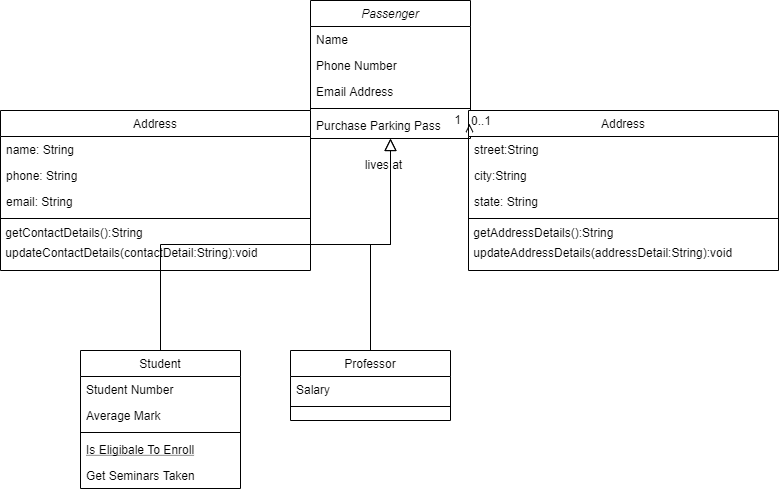
This is UML.png from akumar1997/FlightReservationSystemProject, a draw.io export, as it was before one commit. Source tidied: cells renumbered, new cells last; positions are measured from the earlier drawing's top-left corner, leaving out a move shared by most shapes.
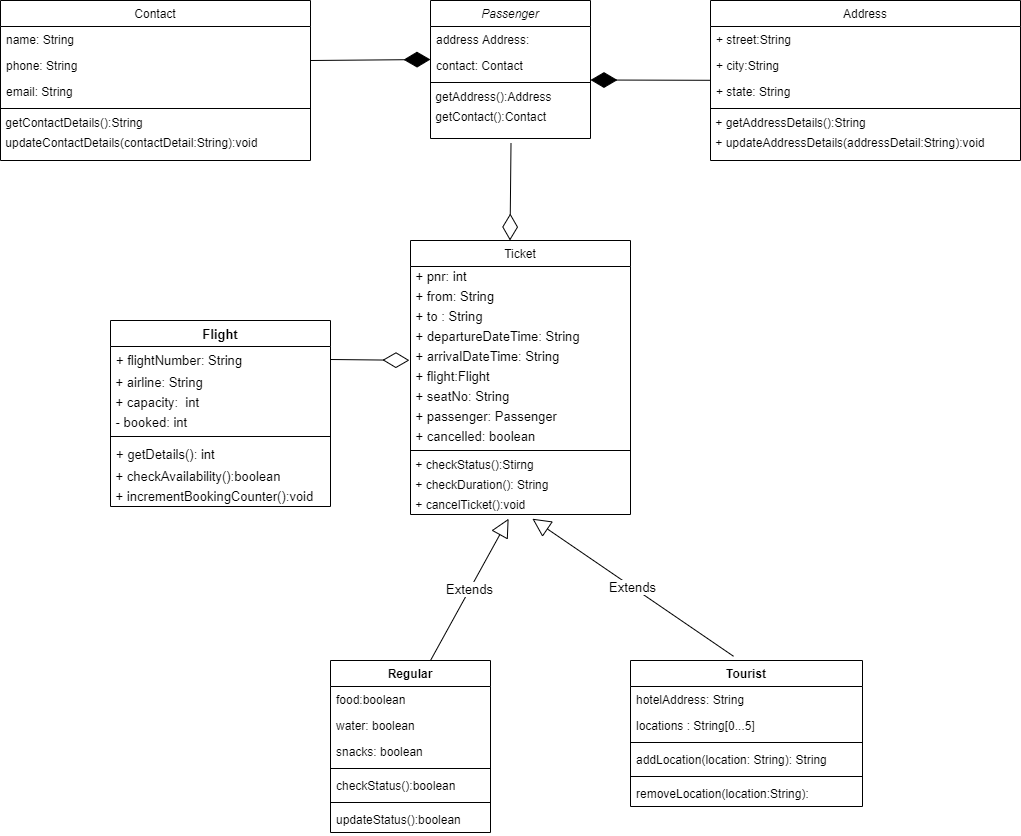
The same diagram one commit later.

Commit message:
UML diagrams pushed to the directory

Change to the diagram source:
```diff
@@ -3,99 +3,88 @@
     <mxCell id="0" />
     <mxCell id="1" parent="0" />
     <mxCell id="2" value="Passenger" style="swimlane;fontStyle=2;align=center;verticalAlign=top;horizontal=1;startSize=26;rounded=0;shadow=0;strokeWidth=1;" parent="1" vertex="1">
-      <mxGeometry x="310" width="160" height="138" as="geometry" />
+      <mxGeometry x="240" y="110" width="160" height="138" as="geometry" />
     </mxCell>
-    <mxCell id="3" value="Name" style="text;align=left;verticalAlign=top;spacingLeft=4;spacingRight=4;overflow=hidden;" parent="2" vertex="1">
-      <mxGeometry y="26" width="160" height="26" as="geometry" />
-    </mxCell>
-    <mxCell id="4" value="Phone Number" style="text;align=left;verticalAlign=top;spacingLeft=4;spacingRight=4;overflow=hidden;rounded=0;shadow=0;html=0;" parent="2" vertex="1">
-      <mxGeometry y="52" width="160" height="26" as="geometry" />
+    <mxCell id="4" value="address Address:" style="text;align=left;verticalAlign=top;spacingLeft=4;spacingRight=4;overflow=hidden;rounded=0;shadow=0;html=0;" parent="2" vertex="1">
+      <mxGeometry y="26" width="160" height="26" as="geometry" />
     </mxCell>
-    <mxCell id="5" value="Email Address" style="text;align=left;verticalAlign=top;spacingLeft=4;spacingRight=4;overflow=hidden;rounded=0;shadow=0;html=0;" parent="2" vertex="1">
-      <mxGeometry y="78" width="160" height="26" as="geometry" />
+    <mxCell id="5" value="contact: Contact" style="text;align=left;verticalAlign=top;spacingLeft=4;spacingRight=4;overflow=hidden;rounded=0;shadow=0;html=0;" parent="2" vertex="1">
+      <mxGeometry y="52" width="160" height="26" as="geometry" />
     </mxCell>
     <mxCell id="6" style="line;html=1;strokeWidth=1;align=left;verticalAlign=middle;spacingTop=-1;spacingLeft=3;spacingRight=3;labelPosition=right;" parent="2" vertex="1">
-      <mxGeometry y="104" width="160" height="8" as="geometry" />
+      <mxGeometry y="78" width="160" height="8" as="geometry" />
     </mxCell>
-    <mxCell id="7" value="Purchase Parking Pass" style="text;align=left;verticalAlign=top;spacingLeft=4;spacingRight=4;overflow=hidden;" parent="2" vertex="1">
-      <mxGeometry y="112" width="160" height="26" as="geometry" />
-    </mxCell>
-    <mxCell id="8" value="Student" style="swimlane;fontStyle=0;align=center;verticalAlign=top;horizontal=1;startSize=26;rounded=0;shadow=0;strokeWidth=1;" parent="1" vertex="1">
-      <mxGeometry x="80" y="350" width="160" height="138" as="geometry" />
-    </mxCell>
-    <mxCell id="9" value="Student Number" style="text;align=left;verticalAlign=top;spacingLeft=4;spacingRight=4;overflow=hidden;" parent="8" vertex="1">
-      <mxGeometry y="26" width="160" height="26" as="geometry" />
-    </mxCell>
-    <mxCell id="10" value="Average Mark" style="text;align=left;verticalAlign=top;spacingLeft=4;spacingRight=4;overflow=hidden;rounded=0;shadow=0;html=0;" parent="8" vertex="1">
-      <mxGeometry y="52" width="160" height="26" as="geometry" />
-    </mxCell>
-    <mxCell id="11" style="line;html=1;strokeWidth=1;align=left;verticalAlign=middle;spacingTop=-1;spacingLeft=3;spacingRight=3;labelPosition=right;" parent="8" vertex="1">
-      <mxGeometry y="78" width="160" height="8" as="geometry" />
-    </mxCell>
-    <mxCell id="12" value="Is Eligibale To Enroll" style="text;align=left;verticalAlign=top;spacingLeft=4;spacingRight=4;overflow=hidden;fontStyle=4;" parent="8" vertex="1">
-      <mxGeometry y="86" width="160" height="26" as="geometry" />
-    </mxCell>
-    <mxCell id="13" value="Get Seminars Taken" style="text;align=left;verticalAlign=top;spacingLeft=4;spacingRight=4;overflow=hidden;" parent="8" vertex="1">
-      <mxGeometry y="112" width="160" height="26" as="geometry" />
-    </mxCell>
-    <mxCell id="14" style="endArrow=block;endSize=10;endFill=0;shadow=0;strokeWidth=1;rounded=0;edgeStyle=elbowEdgeStyle;elbow=vertical;" parent="1" edge="1" source="8" target="2">
-      <mxGeometry relative="1" as="geometry" />
-    </mxCell>
+    <mxCell id="37" value="&amp;nbsp;getAddress():Address" style="text;html=1;align=left;verticalAlign=middle;" parent="2" vertex="1">
+      <mxGeometry y="86" width="160" height="20" as="geometry" />
+    </mxCell>
+    <mxCell id="38" value="&amp;nbsp;getContact():Contact" style="text;html=1;align=left;verticalAlign=middle;" parent="2" vertex="1">
+      <mxGeometry y="106" width="160" height="20" as="geometry" />
+    </mxCell>
-    <mxCell id="15" value="Professor" style="swimlane;fontStyle=0;align=center;verticalAlign=top;horizontal=1;startSize=26;rounded=0;shadow=0;strokeWidth=1;" parent="1" vertex="1">
-      <mxGeometry x="290" y="350" width="160" height="70" as="geometry" />
+    <mxCell id="15" value="Ticket" style="swimlane;fontStyle=0;align=center;verticalAlign=top;horizontal=1;startSize=26;rounded=0;shadow=0;strokeWidth=1;" parent="1" vertex="1">
+      <mxGeometry x="220" y="350" width="220" height="274" as="geometry" />
     </mxCell>
-    <mxCell id="16" value="Salary" style="text;align=left;verticalAlign=top;spacingLeft=4;spacingRight=4;overflow=hidden;" parent="15" vertex="1">
-      <mxGeometry y="26" width="160" height="26" as="geometry" />
-    </mxCell>
+    <mxCell id="39" value="&amp;nbsp;+ pnr: int" style="text;html=1;align=left;verticalAlign=middle;fontSize=13;" parent="15" vertex="1">
+      <mxGeometry y="26" width="220" height="20" as="geometry" />
+    </mxCell>
+    <mxCell id="40" value="&amp;nbsp;+ from: String" style="text;html=1;align=left;verticalAlign=middle;fontSize=13;horizontal=1;" parent="15" vertex="1">
+      <mxGeometry y="46" width="220" height="20" as="geometry" />
+    </mxCell>
+    <mxCell id="41" value="&amp;nbsp;+ to : String" style="text;html=1;align=left;verticalAlign=middle;fontSize=13;" parent="15" vertex="1">
+      <mxGeometry y="66" width="220" height="20" as="geometry" />
+    </mxCell>
+    <mxCell id="42" value="&amp;nbsp;+ departureDateTime: String" style="text;html=1;align=left;verticalAlign=middle;fontSize=13;" parent="15" vertex="1">
+      <mxGeometry y="86" width="220" height="20" as="geometry" />
+    </mxCell>
+    <mxCell id="43" value="&amp;nbsp;+ arrivalDateTime: String" style="text;html=1;align=left;verticalAlign=middle;points=[];fontSize=13;" parent="15" vertex="1">
+      <mxGeometry y="106" width="220" height="20" as="geometry" />
+    </mxCell>
+    <mxCell id="44" value="&amp;nbsp;+ flight:Flight" style="text;html=1;align=left;verticalAlign=middle;fontSize=13;" parent="15" vertex="1">
+      <mxGeometry y="126" width="220" height="20" as="geometry" />
+    </mxCell>
+    <mxCell id="45" value="&amp;nbsp;+ seatNo: String" style="text;html=1;align=left;verticalAlign=middle;fontSize=13;" parent="15" vertex="1">
+      <mxGeometry y="146" width="220" height="20" as="geometry" />
+    </mxCell>
+    <mxCell id="46" value="&amp;nbsp;+ passenger: Passenger" style="text;html=1;align=left;verticalAlign=middle;fontSize=13;" parent="15" vertex="1">
+      <mxGeometry y="166" width="220" height="20" as="geometry" />
+    </mxCell>
+    <mxCell id="47" value="&amp;nbsp;+ cancelled: boolean" style="text;html=1;align=left;verticalAlign=middle;fontSize=13;" parent="15" vertex="1">
+      <mxGeometry y="186" width="220" height="20" as="geometry" />
+    </mxCell>
     <mxCell id="17" style="line;html=1;strokeWidth=1;align=left;verticalAlign=middle;spacingTop=-1;spacingLeft=3;spacingRight=3;labelPosition=right;" parent="15" vertex="1">
-      <mxGeometry y="52" width="160" height="8" as="geometry" />
+      <mxGeometry y="206" width="220" height="8" as="geometry" />
     </mxCell>
-    <mxCell id="18" style="endArrow=block;endSize=10;endFill=0;shadow=0;strokeWidth=1;rounded=0;edgeStyle=elbowEdgeStyle;elbow=vertical;" parent="1" edge="1" source="15" target="2">
-      <mxGeometry relative="1" as="geometry" />
-    </mxCell>
+    <mxCell id="48" value="&amp;nbsp;+ checkStatus():Stirng" style="text;html=1;align=left;verticalAlign=middle;" parent="15" vertex="1">
+      <mxGeometry y="214" width="220" height="20" as="geometry" />
+    </mxCell>
+    <mxCell id="49" value="&amp;nbsp;+ checkDuration(): String" style="text;html=1;align=left;verticalAlign=middle;" parent="15" vertex="1">
+      <mxGeometry y="234" width="220" height="20" as="geometry" />
+    </mxCell>
+    <mxCell id="50" value="&amp;nbsp;+ cancelTicket():void" style="text;html=1;align=left;verticalAlign=middle;points=[];" parent="15" vertex="1">
+      <mxGeometry y="254" width="220" height="20" as="geometry" />
+    </mxCell>
     <mxCell id="19" value="Address" style="swimlane;fontStyle=0;align=center;verticalAlign=top;horizontal=1;startSize=26;rounded=0;shadow=0;strokeWidth=1;" parent="1" vertex="1">
-      <mxGeometry x="468" y="110" width="310" height="160" as="geometry" />
+      <mxGeometry x="520" y="110" width="310" height="160" as="geometry" />
     </mxCell>
-    <mxCell id="20" value="street:String" style="text;align=left;verticalAlign=top;spacingLeft=4;spacingRight=4;overflow=hidden;" parent="19" vertex="1">
+    <mxCell id="20" value="+ street:String" style="text;align=left;verticalAlign=top;spacingLeft=4;spacingRight=4;overflow=hidden;" parent="19" vertex="1">
       <mxGeometry y="26" width="310" height="26" as="geometry" />
     </mxCell>
-    <mxCell id="21" value="city:String" style="text;align=left;verticalAlign=top;spacingLeft=4;spacingRight=4;overflow=hidden;rounded=0;shadow=0;html=0;" parent="19" vertex="1">
+    <mxCell id="21" value="+ city:String" style="text;align=left;verticalAlign=top;spacingLeft=4;spacingRight=4;overflow=hidden;rounded=0;shadow=0;html=0;" parent="19" vertex="1">
       <mxGeometry y="52" width="310" height="26" as="geometry" />
     </mxCell>
-    <mxCell id="22" value="state: String" style="text;align=left;verticalAlign=top;spacingLeft=4;spacingRight=4;overflow=hidden;points=[[0,0.5],[1,0.5]];portConstraint=eastwest;rounded=0;shadow=0;html=0;" parent="19" vertex="1">
+    <mxCell id="22" value="+ state: String" style="text;align=left;verticalAlign=top;spacingLeft=4;spacingRight=4;overflow=hidden;points=[[0,0.5],[1,0.5]];portConstraint=eastwest;rounded=0;shadow=0;html=0;" parent="19" vertex="1">
       <mxGeometry y="78" width="310" height="26" as="geometry" />
     </mxCell>
     <mxCell id="23" style="line;html=1;strokeWidth=1;align=left;verticalAlign=middle;spacingTop=-1;spacingLeft=3;spacingRight=3;labelPosition=right;" parent="19" vertex="1">
       <mxGeometry y="104" width="310" height="8" as="geometry" />
     </mxCell>
-    <mxCell id="24" value="&amp;nbsp;getAddressDetails():String" style="text;html=1;align=left;verticalAlign=middle;" parent="19" vertex="1">
+    <mxCell id="24" value="&amp;nbsp;+ getAddressDetails():String" style="text;html=1;align=left;verticalAlign=middle;" parent="19" vertex="1">
       <mxGeometry y="112" width="310" height="20" as="geometry" />
     </mxCell>
-    <mxCell id="25" value="&amp;nbsp;updateAddressDetails(addressDetail:String):void" style="text;html=1;align=left;verticalAlign=middle;" parent="19" vertex="1">
+    <mxCell id="25" value="&amp;nbsp;+ updateAddressDetails(addressDetail:String):void" style="text;html=1;align=left;verticalAlign=middle;" parent="19" vertex="1">
       <mxGeometry y="132" width="310" height="20" as="geometry" />
     </mxCell>
-    <mxCell id="26" style="endArrow=open;shadow=0;strokeWidth=1;rounded=0;endFill=1;edgeStyle=elbowEdgeStyle;elbow=vertical;" parent="1" edge="1" source="2" target="19">
-      <mxGeometry x="0.5" y="41" relative="1" as="geometry">
-        <mxPoint x="-40" y="32" as="offset" />
-      </mxGeometry>
-    </mxCell>
-    <mxCell id="27" value="0..1" style="align=left;verticalAlign=bottom;labelBackgroundColor=none;fontSize=12;" parent="26" vertex="1">
-      <mxGeometry x="-1" relative="1" as="geometry">
-        <mxPoint y="4" as="offset" />
-      </mxGeometry>
-    </mxCell>
-    <mxCell id="28" value="1" style="align=right;verticalAlign=bottom;labelBackgroundColor=none;fontSize=12;" parent="26" vertex="1">
-      <mxGeometry x="1" relative="1" as="geometry">
-        <mxPoint x="-7" y="4" as="offset" />
-      </mxGeometry>
-    </mxCell>
-    <mxCell id="29" value="lives at" style="text;html=1;align=center;verticalAlign=middle;labelBackgroundColor=none;rounded=0;shadow=0;strokeWidth=1;fontSize=12;" parent="26" vertex="1">
-      <mxGeometry x="0.5" y="49" relative="1" as="geometry">
-        <mxPoint x="-38" y="40" as="offset" />
-      </mxGeometry>
-    </mxCell>
-    <mxCell id="30" value="Address" style="swimlane;fontStyle=0;align=center;verticalAlign=top;horizontal=1;startSize=26;rounded=0;shadow=0;strokeWidth=1;" parent="1" vertex="1">
-      <mxGeometry y="110" width="310" height="160" as="geometry" />
+    <mxCell id="30" value="Contact" style="swimlane;fontStyle=0;align=center;verticalAlign=top;horizontal=1;startSize=26;rounded=0;shadow=0;strokeWidth=1;" parent="1" vertex="1">
+      <mxGeometry x="-190" y="110" width="310" height="160" as="geometry" />
     </mxCell>
     <mxCell id="31" value="name: String" style="text;align=left;verticalAlign=top;spacingLeft=4;spacingRight=4;overflow=hidden;" parent="30" vertex="1">
       <mxGeometry y="26" width="310" height="26" as="geometry" />
@@ -115,5 +104,103 @@
     <mxCell id="36" value="&amp;nbsp;updateContactDetails(contactDetail:String):void" style="text;html=1;align=left;verticalAlign=middle;" parent="30" vertex="1">
       <mxGeometry y="132" width="310" height="20" as="geometry" />
     </mxCell>
+    <mxCell id="51" value="Regular" style="swimlane;fontStyle=1;align=center;verticalAlign=top;horizontal=1;startSize=26;" parent="1" vertex="1">
+      <mxGeometry x="140" y="770" width="160" height="172" as="geometry" />
+    </mxCell>
+    <mxCell id="52" value="food:boolean" style="text;strokeColor=none;fillColor=none;align=left;verticalAlign=top;spacingLeft=4;spacingRight=4;overflow=hidden;" parent="51" vertex="1">
+      <mxGeometry y="26" width="160" height="26" as="geometry" />
+    </mxCell>
+    <mxCell id="53" value="water: boolean" style="text;strokeColor=none;fillColor=none;align=left;verticalAlign=top;spacingLeft=4;spacingRight=4;overflow=hidden;" parent="51" vertex="1">
+      <mxGeometry y="52" width="160" height="26" as="geometry" />
+    </mxCell>
+    <mxCell id="54" value="snacks: boolean" style="text;strokeColor=none;fillColor=none;align=left;verticalAlign=top;spacingLeft=4;spacingRight=4;overflow=hidden;" parent="51" vertex="1">
+      <mxGeometry y="78" width="160" height="26" as="geometry" />
+    </mxCell>
+    <mxCell id="55" style="line;strokeWidth=1;fillColor=none;align=left;verticalAlign=middle;spacingTop=-1;spacingLeft=3;spacingRight=3;labelPosition=right;" parent="51" vertex="1">
+      <mxGeometry y="104" width="160" height="8" as="geometry" />
+    </mxCell>
+    <mxCell id="56" value="checkStatus():boolean" style="text;strokeColor=none;fillColor=none;align=left;verticalAlign=top;spacingLeft=4;spacingRight=4;overflow=hidden;" parent="51" vertex="1">
+      <mxGeometry y="112" width="160" height="26" as="geometry" />
+    </mxCell>
+    <mxCell id="57" style="line;strokeWidth=1;fillColor=none;align=left;verticalAlign=middle;spacingTop=-1;spacingLeft=3;spacingRight=3;labelPosition=right;" parent="51" vertex="1">
+      <mxGeometry y="138" width="160" height="8" as="geometry" />
+    </mxCell>
+    <mxCell id="58" value="updateStatus():boolean" style="text;strokeColor=none;fillColor=none;align=left;verticalAlign=top;spacingLeft=4;spacingRight=4;overflow=hidden;" parent="51" vertex="1">
+      <mxGeometry y="146" width="160" height="26" as="geometry" />
+    </mxCell>
+    <mxCell id="59" value="Tourist" style="swimlane;fontStyle=1;align=center;verticalAlign=top;horizontal=1;startSize=26;" parent="1" vertex="1">
+      <mxGeometry x="440" y="770" width="232" height="146" as="geometry" />
+    </mxCell>
+    <mxCell id="60" value="hotelAddress: String" style="text;strokeColor=none;fillColor=none;align=left;verticalAlign=top;spacingLeft=4;spacingRight=4;overflow=hidden;" parent="59" vertex="1">
+      <mxGeometry y="26" width="232" height="26" as="geometry" />
+    </mxCell>
+    <mxCell id="61" value="locations : String[0...5]" style="text;strokeColor=none;fillColor=none;align=left;verticalAlign=top;spacingLeft=4;spacingRight=4;overflow=hidden;" parent="59" vertex="1">
+      <mxGeometry y="52" width="232" height="26" as="geometry" />
+    </mxCell>
+    <mxCell id="62" style="line;strokeWidth=1;fillColor=none;align=left;verticalAlign=middle;spacingTop=-1;spacingLeft=3;spacingRight=3;labelPosition=right;" parent="59" vertex="1">
+      <mxGeometry y="78" width="232" height="8" as="geometry" />
+    </mxCell>
+    <mxCell id="63" value="addLocation(location: String): String" style="text;strokeColor=none;fillColor=none;align=left;verticalAlign=top;spacingLeft=4;spacingRight=4;overflow=hidden;" parent="59" vertex="1">
+      <mxGeometry y="86" width="232" height="26" as="geometry" />
+    </mxCell>
+    <mxCell id="64" style="line;strokeWidth=1;fillColor=none;align=left;verticalAlign=middle;spacingTop=-1;spacingLeft=3;spacingRight=3;labelPosition=right;" parent="59" vertex="1">
+      <mxGeometry y="112" width="232" height="8" as="geometry" />
+    </mxCell>
+    <mxCell id="65" value="removeLocation(location:String): " style="text;strokeColor=none;fillColor=none;align=left;verticalAlign=top;spacingLeft=4;spacingRight=4;overflow=hidden;" parent="59" vertex="1">
+      <mxGeometry y="120" width="232" height="26" as="geometry" />
+    </mxCell>
+    <mxCell id="66" style="endArrow=diamondThin;endFill=1;endSize=24;html=1;fontSize=13;" parent="1" edge="1">
+      <mxGeometry relative="1" as="geometry">
+        <mxPoint x="120" y="170" as="sourcePoint" />
+        <mxPoint x="240" y="169" as="targetPoint" />
+      </mxGeometry>
+    </mxCell>
+    <mxCell id="67" style="endArrow=diamondThin;endFill=1;endSize=24;html=1;fontSize=13;exitX=-0.001;exitY=0.069;exitDx=0;exitDy=0;exitPerimeter=0;" parent="1" edge="1" source="22">
+      <mxGeometry relative="1" as="geometry">
+        <mxPoint x="400" y="189.5" as="targetPoint" />
+      </mxGeometry>
+    </mxCell>
+    <mxCell id="68" value="Flight" style="swimlane;fontStyle=1;align=center;verticalAlign=top;horizontal=1;startSize=26;fontSize=13;" parent="1" vertex="1">
+      <mxGeometry x="-80" y="430" width="220" height="186" as="geometry" />
+    </mxCell>
+    <mxCell id="69" value="+ flightNumber: String" style="text;strokeColor=none;fillColor=none;align=left;verticalAlign=top;spacingLeft=4;spacingRight=4;overflow=hidden;points=[[0,0.5],[1,0.5]];portConstraint=eastwest;fontSize=13;" parent="68" vertex="1">
+      <mxGeometry y="26" width="220" height="26" as="geometry" />
+    </mxCell>
+    <mxCell id="70" value="&amp;nbsp;+ airline: String" style="text;html=1;align=left;verticalAlign=middle;fontSize=13;" parent="68" vertex="1">
+      <mxGeometry y="52" width="220" height="20" as="geometry" />
+    </mxCell>
+    <mxCell id="71" value="&amp;nbsp;+ capacity:&amp;nbsp; int" style="text;html=1;align=left;verticalAlign=middle;fontSize=13;" parent="68" vertex="1">
+      <mxGeometry y="72" width="220" height="20" as="geometry" />
+    </mxCell>
+    <mxCell id="72" value="&amp;nbsp;- booked: int" style="text;html=1;align=left;verticalAlign=middle;fontSize=13;" parent="68" vertex="1">
+      <mxGeometry y="92" width="220" height="20" as="geometry" />
+    </mxCell>
+    <mxCell id="73" style="line;strokeWidth=1;fillColor=none;align=left;verticalAlign=middle;spacingTop=-1;spacingLeft=3;spacingRight=3;labelPosition=right;" parent="68" vertex="1">
+      <mxGeometry y="112" width="220" height="8" as="geometry" />
+    </mxCell>
+    <mxCell id="74" value="+ getDetails(): int" style="text;strokeColor=none;fillColor=none;align=left;verticalAlign=top;spacingLeft=4;spacingRight=4;overflow=hidden;fontSize=13;" parent="68" vertex="1">
+      <mxGeometry y="120" width="220" height="26" as="geometry" />
+    </mxCell>
+    <mxCell id="75" value="&amp;nbsp;+ checkAvailability():boolean" style="text;html=1;align=left;verticalAlign=middle;fontSize=13;" parent="68" vertex="1">
+      <mxGeometry y="146" width="220" height="20" as="geometry" />
+    </mxCell>
+    <mxCell id="76" value="&amp;nbsp;+ incrementBookingCounter():void" style="text;html=1;align=left;verticalAlign=middle;fontSize=13;" parent="68" vertex="1">
+      <mxGeometry y="166" width="220" height="20" as="geometry" />
+    </mxCell>
+    <mxCell id="77" style="endArrow=diamondThin;endFill=0;endSize=24;html=1;fontSize=13;exitX=1;exitY=0.5;exitDx=0;exitDy=0;entryX=-0.005;entryY=0.69;entryDx=0;entryDy=0;entryPerimeter=0;" parent="1" edge="1" source="69" target="43">
+      <mxGeometry relative="1" as="geometry" />
+    </mxCell>
+    <mxCell id="78" value="Extends" style="endArrow=block;endSize=16;endFill=0;html=1;fontSize=13;exitX=0.625;exitY=0;exitDx=0;exitDy=0;exitPerimeter=0;entryX=0.446;entryY=1.21;entryDx=0;entryDy=0;entryPerimeter=0;" parent="1" edge="1" source="51" target="50">
+      <mxGeometry relative="1" as="geometry" />
+    </mxCell>
+    <mxCell id="79" value="Extends" style="endArrow=block;endSize=16;endFill=0;html=1;fontSize=13;exitX=0.444;exitY=-0.029;exitDx=0;exitDy=0;exitPerimeter=0;entryX=0.554;entryY=1.21;entryDx=0;entryDy=0;entryPerimeter=0;" parent="1" edge="1" source="59" target="50">
+      <mxGeometry relative="1" as="geometry" />
+    </mxCell>
+    <mxCell id="80" style="endArrow=diamondThin;endFill=0;endSize=24;html=1;fontSize=13;" parent="1" edge="1">
+      <mxGeometry relative="1" as="geometry">
+        <mxPoint x="320.5" y="253" as="sourcePoint" />
+        <mxPoint x="319.5" y="350" as="targetPoint" />
+      </mxGeometry>
+    </mxCell>
   </root>
 </mxGraphModel>
```
